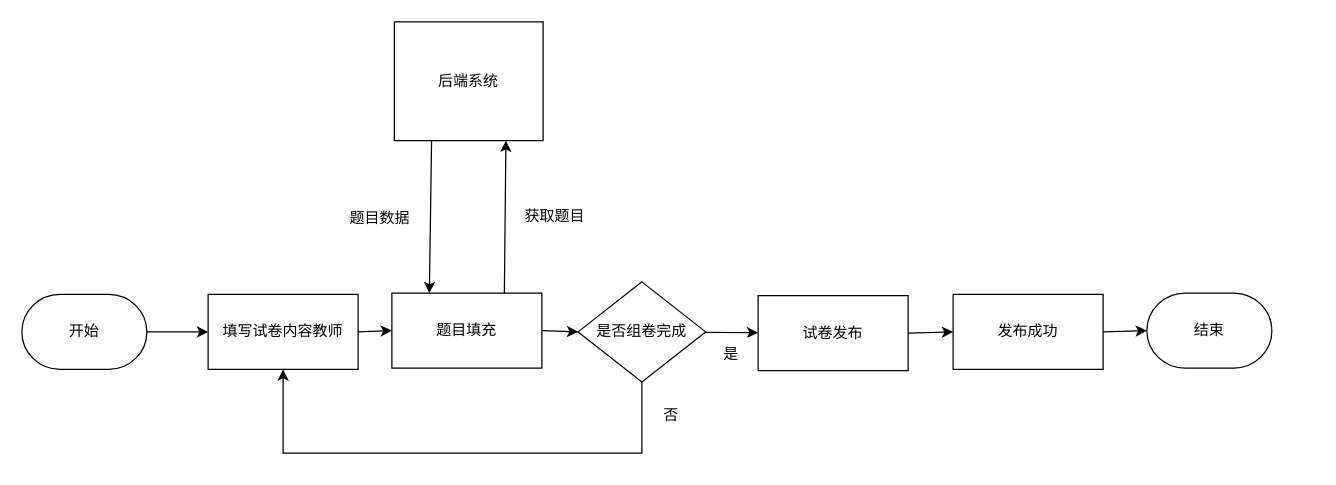
Before: examinationSystemVue/src/4-2-7.drawio in Sakeyuan/Web-ExaminationSystem, a draw.io diagram. Source tidied: cells renumbered, new cells numbered last; positions are measured from the earlier drawing's top-left corner, leaving out a move shared by most shapes. Both pictures are drawn from the tidied source at 125%, with x=0, y=0 at pixel (21, 21).
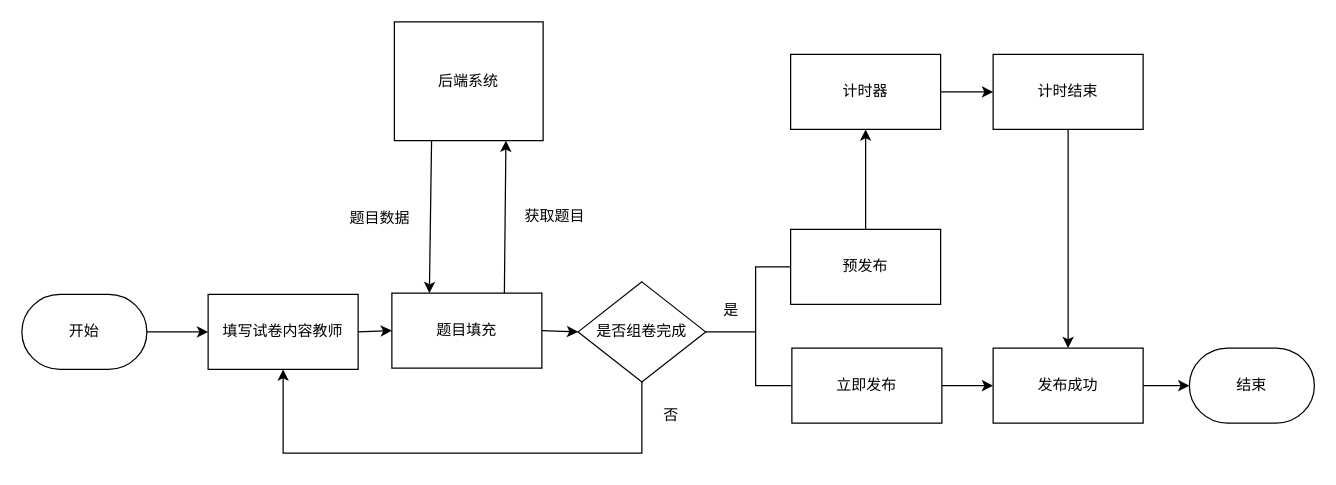
The same diagram, later.

The change refers to these unchanged cells:
```xml
<mxCell id="6" value="是否组卷完成" style="rhombus;whiteSpace=wrap;html=1;rounded=0;fillColor=#FFFFFF;strokeColor=#000000;strokeWidth=1;fontColor=#000000;" parent="1" vertex="1">
  <mxGeometry x="445" y="208" width="102" height="80" as="geometry" />
</mxCell>
```

What changed in the source:
```diff
@@
-    <mxCell id="4" style="edgeStyle=none;rounded=0;html=1;strokeColor=#000000;fontColor=#000000;strokeWidth=1;" parent="1" edge="1" source="6" target="8">
-      <mxGeometry relative="1" as="geometry" />
-    </mxCell>
@@
+    <mxCell id="23" style="edgeStyle=none;rounded=0;html=1;exitX=1;exitY=0.5;exitDx=0;exitDy=0;strokeColor=#000000;endArrow=none;endFill=0;" parent="1" edge="1" source="6">
+      <mxGeometry relative="1" as="geometry">
+        <mxPoint x="587" y="248" as="targetPoint" />
+      </mxGeometry>
+    </mxCell>
@@
-    <mxCell id="7" style="edgeStyle=none;html=1;exitX=1;exitY=0.5;exitDx=0;exitDy=0;entryX=0;entryY=0.5;entryDx=0;entryDy=0;strokeColor=#000000;fontColor=#000000;strokeWidth=1;" parent="1" edge="1" source="8" target="19">
-      <mxGeometry relative="1" as="geometry" />
-    </mxCell>
+    <mxCell id="24" style="edgeStyle=none;html=1;exitX=0;exitY=0.5;exitDx=0;exitDy=0;entryX=0;entryY=0.5;entryDx=0;entryDy=0;strokeColor=#000000;endArrow=none;endFill=0;rounded=0;" parent="1" edge="1" source="8" target="27">
+      <mxGeometry relative="1" as="geometry">
+        <Array as="points">
+          <mxPoint x="587" y="196" />
+          <mxPoint x="587" y="245" />
+          <mxPoint x="587" y="291" />
+        </Array>
+      </mxGeometry>
+    </mxCell>
+    <mxCell id="25" style="edgeStyle=none;rounded=0;html=1;strokeColor=#000000;endArrow=classic;endFill=1;" parent="1" edge="1" source="8" target="29">
+      <mxGeometry relative="1" as="geometry" />
+    </mxCell>
-    <mxCell id="8" value="试卷发布" style="whiteSpace=wrap;html=1;rounded=0;fillColor=#FFFFFF;strokeColor=#000000;strokeWidth=1;fontColor=#000000;" parent="1" vertex="1">
-      <mxGeometry x="589" y="219" width="120" height="60" as="geometry" />
+    <mxCell id="8" value="预发布" style="whiteSpace=wrap;html=1;rounded=0;fillColor=#FFFFFF;strokeColor=#000000;strokeWidth=1;fontColor=#000000;" parent="1" vertex="1">
+      <mxGeometry x="615" y="166" width="120" height="60" as="geometry" />
     </mxCell>
@@
     <mxCell id="15" value="是" style="text;html=1;align=center;verticalAlign=middle;strokeColor=#FFFFFF;fillColor=none;fontColor=#000000;strokeWidth=1;" parent="1" vertex="1">
-      <mxGeometry x="552" y="253" width="30" height="26" as="geometry" />
+      <mxGeometry x="552" y="218" width="30" height="26" as="geometry" />
     </mxCell>
@@
     <mxCell id="19" value="发布成功" style="whiteSpace=wrap;html=1;rounded=0;fontColor=#000000;fillColor=#FFFFFF;strokeColor=#000000;strokeWidth=1;" parent="1" vertex="1">
-      <mxGeometry x="745" y="218" width="120" height="60" as="geometry" />
+      <mxGeometry x="777" y="261" width="120" height="60" as="geometry" />
     </mxCell>
     <mxCell id="20" value="结束" style="strokeWidth=1;html=1;shape=mxgraph.flowchart.terminator;whiteSpace=wrap;fontColor=#000000;fillColor=#FFFFFF;strokeColor=#000000;" parent="1" vertex="1">
-      <mxGeometry x="900" y="217" width="100" height="60" as="geometry" />
+      <mxGeometry x="934" y="261" width="100" height="60" as="geometry" />
     </mxCell>
@@
+    <mxCell id="26" style="edgeStyle=none;rounded=0;html=1;exitX=1;exitY=0.5;exitDx=0;exitDy=0;entryX=0;entryY=0.5;entryDx=0;entryDy=0;strokeColor=#000000;endArrow=classic;endFill=1;" parent="1" edge="1" source="27" target="19">
+      <mxGeometry relative="1" as="geometry" />
+    </mxCell>
+    <mxCell id="27" value="立即发布" style="whiteSpace=wrap;html=1;rounded=0;fillColor=#FFFFFF;strokeColor=#000000;strokeWidth=1;fontColor=#000000;" parent="1" vertex="1">
+      <mxGeometry x="616" y="261" width="120" height="60" as="geometry" />
+    </mxCell>
+    <mxCell id="28" style="edgeStyle=none;rounded=0;html=1;strokeColor=#000000;endArrow=classic;endFill=1;" parent="1" edge="1" source="29" target="31">
+      <mxGeometry relative="1" as="geometry" />
+    </mxCell>
+    <mxCell id="29" value="计时器" style="whiteSpace=wrap;html=1;fillColor=#FFFFFF;strokeColor=#000000;fontColor=#000000;rounded=0;strokeWidth=1;" parent="1" vertex="1">
+      <mxGeometry x="615" y="26" width="120" height="60" as="geometry" />
+    </mxCell>
+    <mxCell id="30" style="edgeStyle=none;rounded=0;html=1;entryX=0.5;entryY=0;entryDx=0;entryDy=0;strokeColor=#000000;endArrow=classic;endFill=1;" parent="1" edge="1" source="31" target="19">
+      <mxGeometry relative="1" as="geometry" />
+    </mxCell>
+    <mxCell id="31" value="计时结束" style="whiteSpace=wrap;html=1;fillColor=#FFFFFF;strokeColor=#000000;fontColor=#000000;rounded=0;strokeWidth=1;" parent="1" vertex="1">
+      <mxGeometry x="777" y="26" width="120" height="60" as="geometry" />
+    </mxCell>
```
